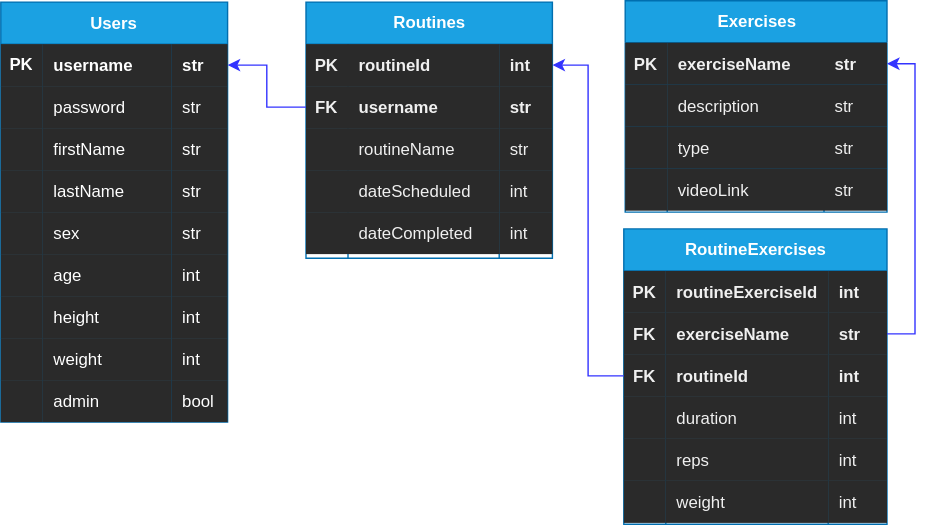
Earlier version of the draw.io export project2ERD.drawio.svg (bpurkuti/Fitness-Tracker-Backend). Source tidied: cells renumbered, new cells last; positions are measured from the earlier drawing's top-left corner, leaving out a move shared by most shapes.
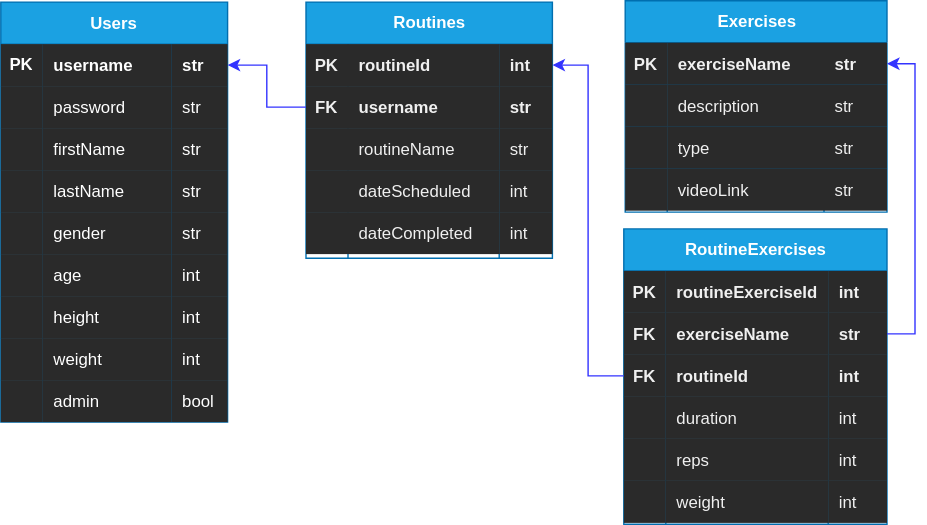
Above is the later version.

Diff of the diagram source:
```diff
@@ -59,7 +59,7 @@
     <mxCell id="20" style="shape=partialRectangle;top=0;left=0;bottom=0;right=0;overflow=hidden;fontColor=#ffffff;fillColor=#2A2A2A;strokeColor=#006EAF;" parent="19" vertex="1">
       <mxGeometry width="30" height="30" as="geometry" />
     </mxCell>
-    <mxCell id="21" value="sex" style="shape=partialRectangle;top=0;left=0;bottom=0;right=0;align=left;spacingLeft=6;overflow=hidden;fontColor=#ffffff;fillColor=#2A2A2A;strokeColor=#006EAF;" parent="19" vertex="1">
+    <mxCell id="21" value="gender" style="shape=partialRectangle;top=0;left=0;bottom=0;right=0;align=left;spacingLeft=6;overflow=hidden;fontColor=#ffffff;fillColor=#2A2A2A;strokeColor=#006EAF;" parent="19" vertex="1">
       <mxGeometry x="30" width="92" height="30" as="geometry" />
     </mxCell>
     <mxCell id="22" value="str" style="shape=partialRectangle;top=0;left=0;bottom=0;right=0;align=left;spacingLeft=6;overflow=hidden;fontColor=#ffffff;fillColor=#2A2A2A;strokeColor=#006EAF;" parent="19" vertex="1">
```
